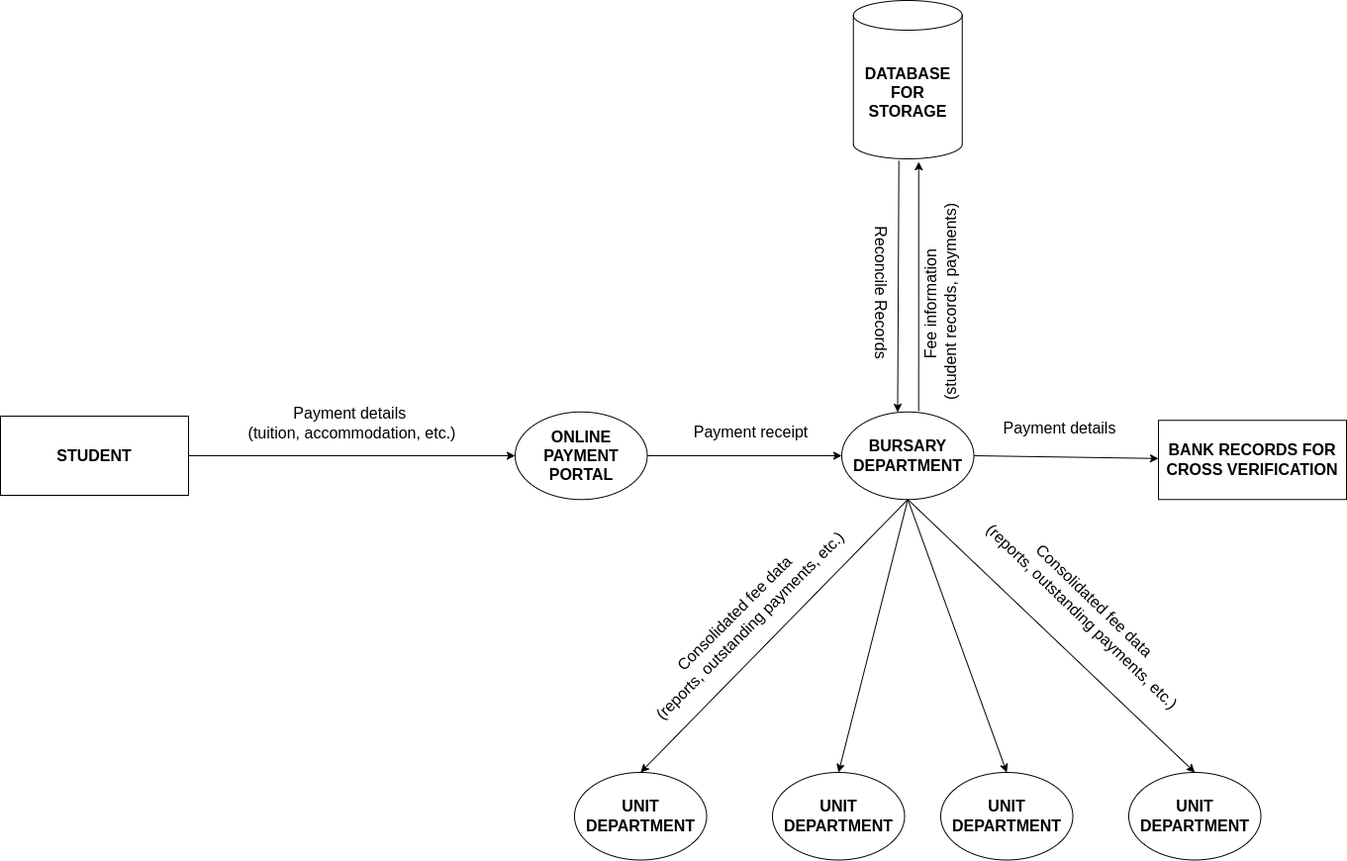
Derrickkoko1234/FInal-Year-Project-DIagrams keeps this draw.io diagram as Data Flow.drawio.png. Above is the earlier version. Source tidied: cells renumbered, new cells last; positions are measured from the earlier drawing's top-left corner, leaving out a move shared by most shapes.
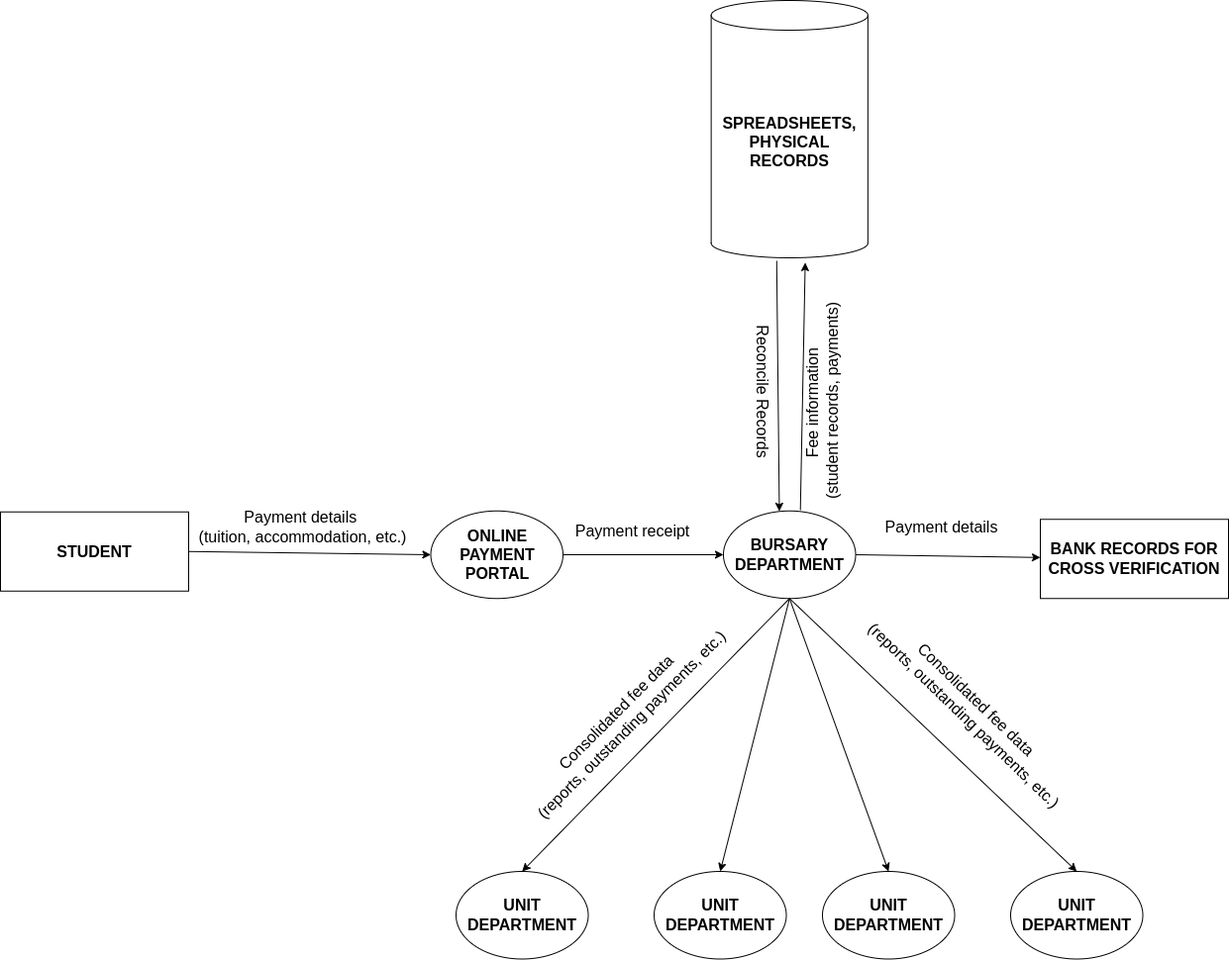
Above is the later version.

Change to the diagram source:
```diff
@@ -3,16 +3,16 @@
     <mxCell id="0" />
     <mxCell id="1" parent="0" />
     <mxCell id="2" value="&lt;b&gt;&lt;font style=&quot;font-size: 16px;&quot;&gt;STUDENT&lt;/font&gt;&lt;/b&gt;" style="rounded=0;whiteSpace=wrap;html=1;" parent="1" vertex="1">
-      <mxGeometry y="420" width="190" height="80" as="geometry" />
+      <mxGeometry x="120" y="416.8" width="190" height="80" as="geometry" />
     </mxCell>
     <mxCell id="3" style="endArrow=classic;html=1;rounded=0;entryX=0;entryY=0.5;entryDx=0;entryDy=0;exitX=1;exitY=0.5;exitDx=0;exitDy=0;" parent="1" edge="1" source="2" target="5">
       <mxGeometry relative="1" as="geometry" />
     </mxCell>
     <mxCell id="4" value="Payment details&amp;nbsp;&lt;div&gt;(tuition, accommodation, etc.)&lt;/div&gt;" style="text;html=1;align=center;verticalAlign=middle;strokeColor=none;fillColor=none;rotation=0;fontSize=16;" parent="1" vertex="1">
-      <mxGeometry x="240" y="402" width="230" height="50" as="geometry" />
+      <mxGeometry x="310" y="406.8" width="230" height="50" as="geometry" />
     </mxCell>
     <mxCell id="5" value="&lt;span style=&quot;font-size: 16px; font-weight: 700;&quot;&gt;ONLINE PAYMENT PORTAL&lt;/span&gt;" style="ellipse;whiteSpace=wrap;html=1;" parent="1" vertex="1">
-      <mxGeometry x="520" y="415.8" width="133.5" height="88.5" as="geometry" />
+      <mxGeometry x="554.5" y="415.8" width="133.5" height="88.5" as="geometry" />
     </mxCell>
     <mxCell id="6" style="endArrow=classic;html=1;rounded=0;exitX=1;exitY=0.5;exitDx=0;exitDy=0;entryX=0;entryY=0.5;entryDx=0;entryDy=0;" parent="1" edge="1" source="5" target="7">
       <mxGeometry relative="1" as="geometry" />
@@ -35,8 +35,8 @@
     <mxCell id="12" style="endArrow=classic;html=1;rounded=0;exitX=0.582;exitY=-0.01;exitDx=0;exitDy=0;exitPerimeter=0;entryX=0.6;entryY=1.019;entryDx=0;entryDy=0;entryPerimeter=0;" parent="1" edge="1" source="7" target="13">
       <mxGeometry relative="1" as="geometry" />
     </mxCell>
-    <mxCell id="13" value="&lt;font style=&quot;font-size: 16px;&quot;&gt;&lt;b&gt;DATABASE&lt;/b&gt;&lt;/font&gt;&lt;div style=&quot;font-size: 16px;&quot;&gt;&lt;font style=&quot;font-size: 16px;&quot;&gt;&lt;b&gt;FOR&lt;/b&gt;&lt;/font&gt;&lt;/div&gt;&lt;div style=&quot;font-size: 16px;&quot;&gt;&lt;font style=&quot;font-size: 16px;&quot;&gt;&lt;b&gt;STORAGE&lt;/b&gt;&lt;/font&gt;&lt;/div&gt;" style="shape=cylinder3;whiteSpace=wrap;html=1;boundedLbl=1;backgroundOutline=1;size=15;" parent="1" vertex="1">
-      <mxGeometry x="861.8" width="110" height="160" as="geometry" />
+    <mxCell id="13" value="&lt;span style=&quot;font-size: 16px;&quot;&gt;&lt;b&gt;SPREADSHEETS, PHYSICAL RECORDS&lt;/b&gt;&lt;/span&gt;" style="shape=cylinder3;whiteSpace=wrap;html=1;boundedLbl=1;backgroundOutline=1;size=15;" parent="1" vertex="1">
+      <mxGeometry x="837.6" y="-100" width="158.2" height="260" as="geometry" />
     </mxCell>
     <mxCell id="14" value="&lt;font style=&quot;font-size: 16px;&quot;&gt;Fee information&amp;nbsp;&lt;/font&gt;&lt;div style=&quot;font-size: 16px;&quot;&gt;&lt;font style=&quot;font-size: 16px;&quot;&gt;(student records, payments)&lt;/font&gt;&lt;/div&gt;" style="text;html=1;align=center;verticalAlign=middle;strokeColor=none;fillColor=none;rotation=-90;fontSize=16;" parent="1" vertex="1">
       <mxGeometry x="840" y="280" width="220" height="50" as="geometry" />
```
